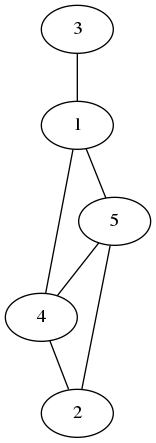
Boneau2007/VAA keeps this Graphviz diagram as config/graph.dot.png. Above is the earlier version. Its source is kept beside it as config/graph.dot.
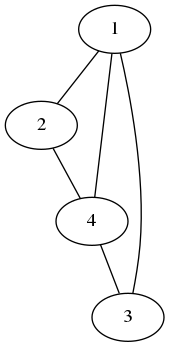
Later version of the same file.

Diff of the diagram source:
```diff
@@ -1,8 +1,7 @@
 graph G {
-1 -- 5;
-2 -- 5;
+1 -- 2;
+2 -- 4;
 3 -- 1;
-4 -- 2;
-5 -- 4;
+4 -- 3;
 1 -- 4;
 }
```
